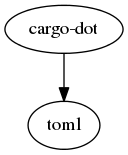
kbknapp/cargo-graph keeps this Graphviz diagram as etc/cargo-dot.png. Above is the earlier version. Its source is kept beside it as etc/cargo-dot.dot.
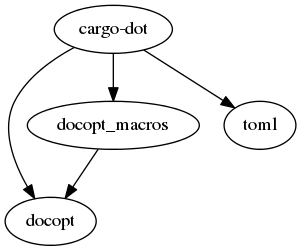
The same file after the commit.

Commit message:
Update cargo-dot graph

What changed in the source:
```diff
@@ -1,5 +1,10 @@
 digraph example3 {
     N0[label="cargo-dot"];
-    N1[label="toml"];
+    N1[label="docopt"];
+    N2[label="docopt_macros"];
+    N3[label="toml"];
     N0 -> N1[label=""];
+    N0 -> N2[label=""];
+    N0 -> N3[label=""];
+    N2 -> N1[label=""];
 }
```
